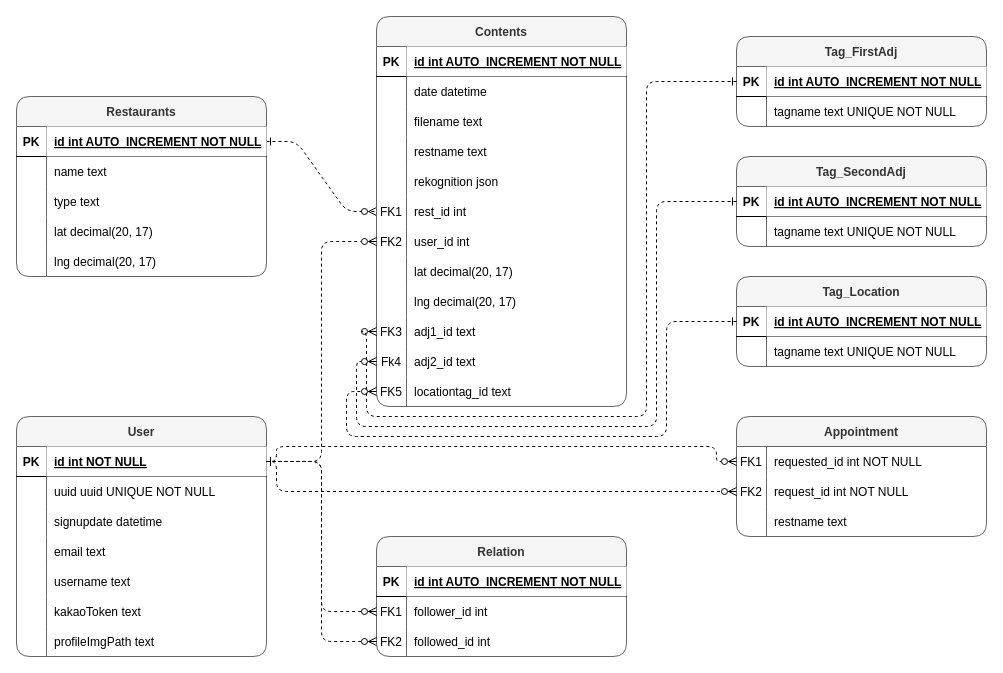
Above: Entity Relation Diagram.drawio in flavor-us/backend (draw.io), before the change. Source tidied: cells renumbered, new cells numbered last; positions are measured from the earlier drawing's top-left corner, leaving out a move shared by most shapes. Both pictures are drawn from the tidied source at 100%, with x=0, y=0 at pixel (16, 16).
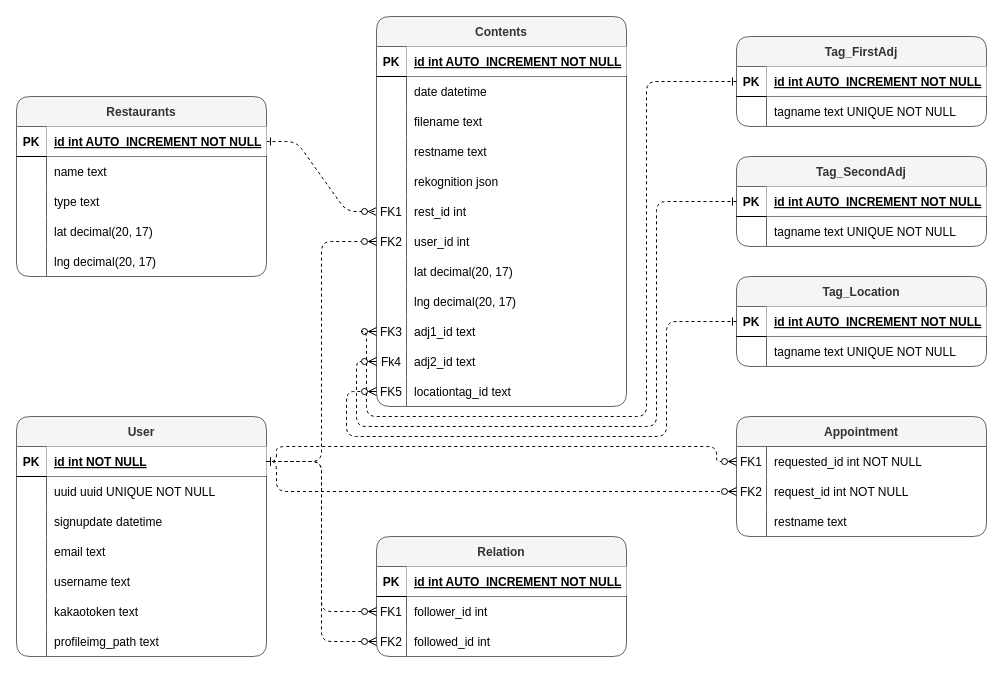
The same diagram, later.

The change refers to these unchanged cells:
```xml
<mxCell id="79" style="shape=partialRectangle;fillColor=none;top=0;left=0;bottom=0;right=0;rounded=1;" parent="63" vertex="1">
  <mxGeometry y="180" width="250" height="30" as="geometry" />
</mxCell>
<mxCell id="82" style="shape=partialRectangle;fillColor=none;top=0;left=0;bottom=0;right=0;rounded=1;" parent="63" vertex="1">
  <mxGeometry y="210" width="250" height="30" as="geometry" />
</mxCell>
```

Diff of the diagram source:
```diff
@@
-    <mxCell id="81" value="kakaoToken text" style="shape=partialRectangle;fillColor=none;top=0;left=0;bottom=0;right=0;align=left;spacingLeft=6;overflow=hidden;rounded=1;" parent="79" vertex="1">
+    <mxCell id="81" value="kakaotoken text" style="shape=partialRectangle;fillColor=none;top=0;left=0;bottom=0;right=0;align=left;spacingLeft=6;overflow=hidden;rounded=1;" parent="79" vertex="1">
       <mxGeometry x="30" width="220" height="30" as="geometry" />
     </mxCell>
@@
-    <mxCell id="84" value="profileImgPath text" style="shape=partialRectangle;fillColor=none;top=0;left=0;bottom=0;right=0;align=left;spacingLeft=6;overflow=hidden;rounded=1;" parent="82" vertex="1">
+    <mxCell id="84" value="profileimg_path text" style="shape=partialRectangle;fillColor=none;top=0;left=0;bottom=0;right=0;align=left;spacingLeft=6;overflow=hidden;rounded=1;" parent="82" vertex="1">
       <mxGeometry x="30" width="220" height="30" as="geometry" />
     </mxCell>
```
